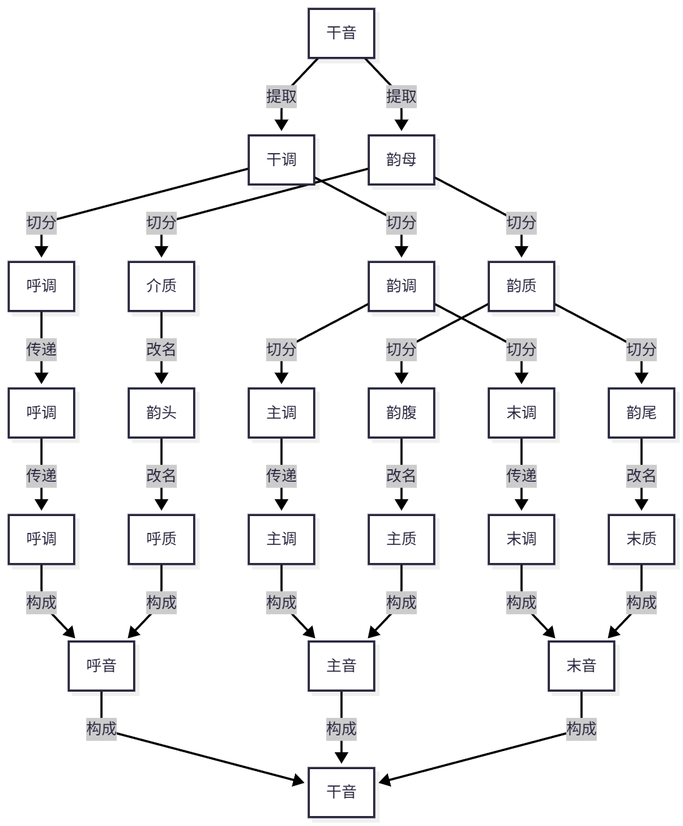
The Mermaid diagram YIME_Theory/flowchart/三质干音分析.png in tsaanghwang/Yime-prototype, before a commit. Its source is kept beside it as YIME_Theory/flowchart/三质干音分析.mmd. The source it was exported from:
```mermaid
graph TB
    A[干音]
    A --> |提取|B[干调]
    A --> |提取|C[韵母]
    C --> |切分|D[介质]
    C --> |切分|E[韵质]
    D --> |改名|F[韵头]
    E --> |切分|G[韵腹]
    E --> |切分|H[韵尾]
    F --> |改名|I[呼质]
    G --> |改名|J[主质]
    H --> |改名|L[末质]
    B --> |切分|M[呼调]
    B --> |切分|N[韵调]
    N -->  |切分|O[主调]
    N -->  |切分|P[末调]
    O -->  |传递|Q[主调]
    P -->  |传递|R[末调]
    M --> |传递|S[呼调]
    S --> |传递|T[呼调]
    T -->  |构成|U[呼音]
    I -->  |构成|U
    Q -->  |构成|V[主音]
    J -->  |构成|V
    R -->  |构成|W[末音]
    L -->  |构成|W
    U -->  |构成|X[干音]
    V -->  |构成|X
    W -->  |构成|X
```
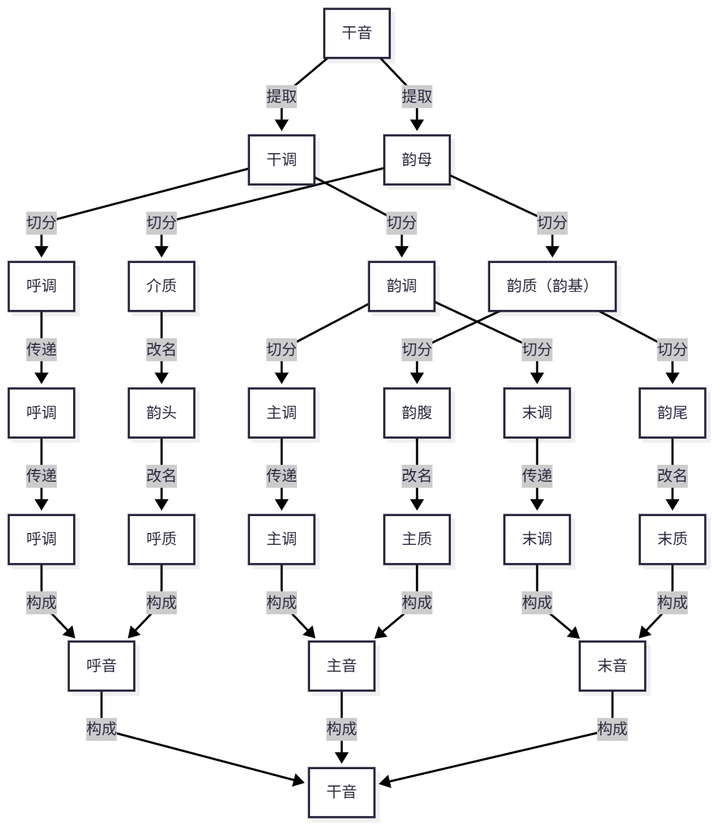
Later version of the same file.

Change to the diagram source:
```diff
@@ -3,7 +3,7 @@
     A --> |提取|B[干调]
     A --> |提取|C[韵母]
     C --> |切分|D[介质]
-    C --> |切分|E[韵质]
+    C --> |切分|E[韵质（韵基）]
     D --> |改名|F[韵头]
     E --> |切分|G[韵腹]
     E --> |切分|H[韵尾]
```
